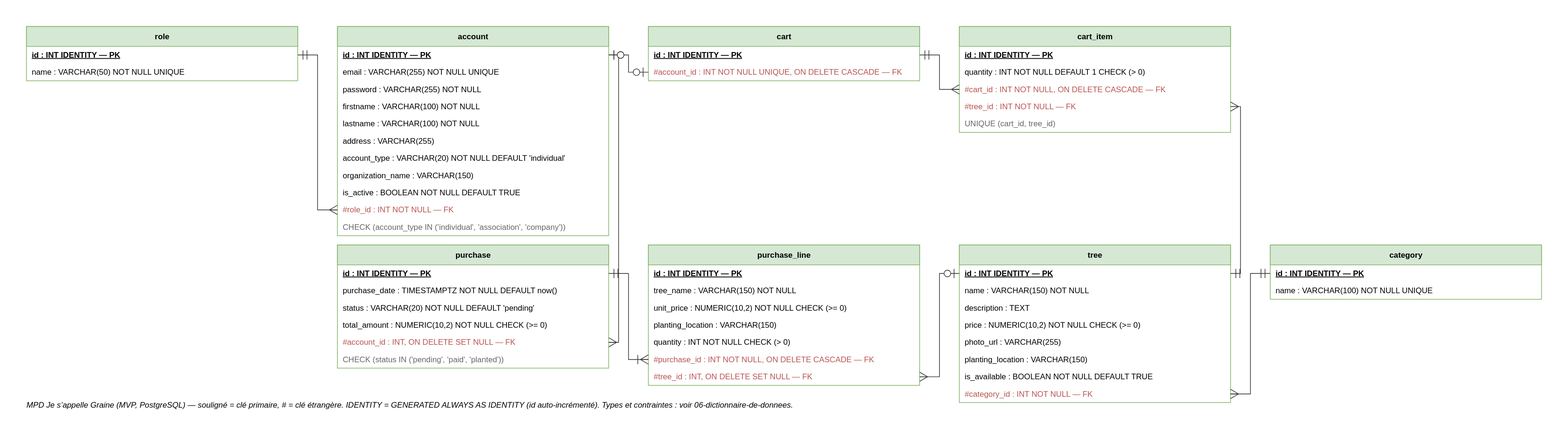
Above: docs/conception/modele-de-donnees/07b-mpd.drawio.svg in DimitryDereppe/je-s-appelle-graine (draw.io), before the change. Source tidied: cells renumbered, new cells last; positions are measured from the earlier drawing's top-left corner, leaving out a move shared by most shapes.
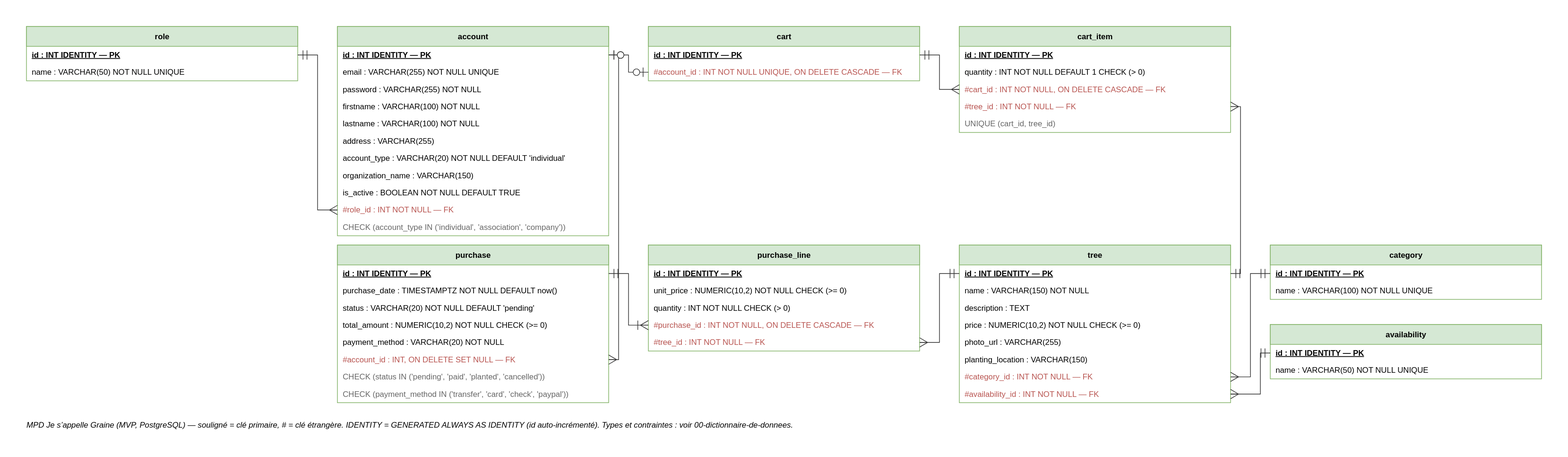
After the commit.

The edit, as a diff of the source:
```diff
@@ -75,7 +75,7 @@
       <mxGeometry y="134" width="410" height="26" as="geometry" />
     </mxCell>
     <mxCell id="26" value="purchase" style="swimlane;fontStyle=1;align=center;startSize=30;html=1;whiteSpace=wrap;fillColor=#d5e8d4;strokeColor=#82b366;horizontal=1;" parent="1" vertex="1">
-      <mxGeometry x="470" y="330" width="410" height="186" as="geometry" />
+      <mxGeometry x="470" y="330" width="410" height="238" as="geometry" />
     </mxCell>
     <mxCell id="27" value="&lt;u&gt;&lt;b&gt;id&lt;/b&gt;&lt;/u&gt; : INT IDENTITY — PK" style="text;html=1;align=left;verticalAlign=middle;spacingLeft=8;strokeColor=none;fillColor=none;" parent="26" vertex="1">
       <mxGeometry y="30" width="410" height="26" as="geometry" />
@@ -89,35 +89,35 @@
     <mxCell id="30" value="total_amount : NUMERIC(10,2) NOT NULL CHECK (&gt;= 0)" style="text;html=1;align=left;verticalAlign=middle;spacingLeft=8;strokeColor=none;fillColor=none;" parent="26" vertex="1">
       <mxGeometry y="108" width="410" height="26" as="geometry" />
     </mxCell>
+    <mxCell id="62" value="payment_method : VARCHAR(20) NOT NULL" style="text;html=1;align=left;verticalAlign=middle;spacingLeft=8;strokeColor=none;fillColor=none;" parent="26" vertex="1">
+      <mxGeometry y="134" width="410" height="26" as="geometry" />
+    </mxCell>
     <mxCell id="31" value="#account_id : INT, ON DELETE SET NULL — FK" style="text;html=1;align=left;verticalAlign=middle;spacingLeft=8;strokeColor=none;fillColor=none;fontColor=#b85450;" parent="26" vertex="1">
-      <mxGeometry y="134" width="410" height="26" as="geometry" />
+      <mxGeometry y="160" width="410" height="26" as="geometry" />
     </mxCell>
-    <mxCell id="32" value="CHECK (status IN ('pending', 'paid', 'planted'))" style="text;html=1;align=left;verticalAlign=middle;spacingLeft=8;strokeColor=none;fillColor=none;fontColor=#666666;fontStyle=2;" parent="26" vertex="1">
-      <mxGeometry y="160" width="410" height="26" as="geometry" />
-    </mxCell>
+    <mxCell id="63" value="CHECK (status IN ('pending', 'paid', 'planted', 'cancelled'))" style="text;html=1;align=left;verticalAlign=middle;spacingLeft=8;strokeColor=none;fillColor=none;fontColor=#666666;fontStyle=2;" parent="26" vertex="1">
+      <mxGeometry y="186" width="410" height="26" as="geometry" />
+    </mxCell>
+    <mxCell id="64" value="CHECK (payment_method IN ('transfer', 'card', 'check', 'paypal'))" style="text;html=1;align=left;verticalAlign=middle;spacingLeft=8;strokeColor=none;fillColor=none;fontColor=#666666;fontStyle=2;" parent="26" vertex="1">
+      <mxGeometry y="212" width="410" height="26" as="geometry" />
+    </mxCell>
     <mxCell id="33" value="purchase_line" style="swimlane;fontStyle=1;align=center;startSize=30;html=1;whiteSpace=wrap;fillColor=#d5e8d4;strokeColor=#82b366;horizontal=1;" parent="1" vertex="1">
-      <mxGeometry x="940" y="330" width="410" height="212" as="geometry" />
+      <mxGeometry x="940" y="330" width="410" height="160" as="geometry" />
     </mxCell>
     <mxCell id="34" value="&lt;u&gt;&lt;b&gt;id&lt;/b&gt;&lt;/u&gt; : INT IDENTITY — PK" style="text;html=1;align=left;verticalAlign=middle;spacingLeft=8;strokeColor=none;fillColor=none;" parent="33" vertex="1">
       <mxGeometry y="30" width="410" height="26" as="geometry" />
     </mxCell>
-    <mxCell id="35" value="tree_name : VARCHAR(150) NOT NULL" style="text;html=1;align=left;verticalAlign=middle;spacingLeft=8;strokeColor=none;fillColor=none;" parent="33" vertex="1">
-      <mxGeometry y="56" width="410" height="26" as="geometry" />
-    </mxCell>
     <mxCell id="36" value="unit_price : NUMERIC(10,2) NOT NULL CHECK (&gt;= 0)" style="text;html=1;align=left;verticalAlign=middle;spacingLeft=8;strokeColor=none;fillColor=none;" parent="33" vertex="1">
-      <mxGeometry y="82" width="410" height="26" as="geometry" />
+      <mxGeometry y="56" width="410" height="26" as="geometry" />
     </mxCell>
-    <mxCell id="37" value="planting_location : VARCHAR(150)" style="text;html=1;align=left;verticalAlign=middle;spacingLeft=8;strokeColor=none;fillColor=none;" parent="33" vertex="1">
-      <mxGeometry y="108" width="410" height="26" as="geometry" />
-    </mxCell>
     <mxCell id="38" value="quantity : INT NOT NULL CHECK (&gt; 0)" style="text;html=1;align=left;verticalAlign=middle;spacingLeft=8;strokeColor=none;fillColor=none;" parent="33" vertex="1">
-      <mxGeometry y="134" width="410" height="26" as="geometry" />
+      <mxGeometry y="82" width="410" height="26" as="geometry" />
     </mxCell>
     <mxCell id="39" value="#purchase_id : INT NOT NULL, ON DELETE CASCADE — FK" style="text;html=1;align=left;verticalAlign=middle;spacingLeft=8;strokeColor=none;fillColor=none;fontColor=#b85450;" parent="33" vertex="1">
-      <mxGeometry y="160" width="410" height="26" as="geometry" />
+      <mxGeometry y="108" width="410" height="26" as="geometry" />
     </mxCell>
-    <mxCell id="40" value="#tree_id : INT, ON DELETE SET NULL — FK" style="text;html=1;align=left;verticalAlign=middle;spacingLeft=8;strokeColor=none;fillColor=none;fontColor=#b85450;" parent="33" vertex="1">
-      <mxGeometry y="186" width="410" height="26" as="geometry" />
+    <mxCell id="40" value="#tree_id : INT NOT NULL — FK" style="text;html=1;align=left;verticalAlign=middle;spacingLeft=8;strokeColor=none;fillColor=none;fontColor=#b85450;" parent="33" vertex="1">
+      <mxGeometry y="134" width="410" height="26" as="geometry" />
     </mxCell>
     <mxCell id="41" value="tree" style="swimlane;fontStyle=1;align=center;startSize=30;html=1;whiteSpace=wrap;fillColor=#d5e8d4;strokeColor=#82b366;horizontal=1;" parent="1" vertex="1">
       <mxGeometry x="1410" y="330" width="410" height="238" as="geometry" />
@@ -140,12 +140,12 @@
     <mxCell id="47" value="planting_location : VARCHAR(150)" style="text;html=1;align=left;verticalAlign=middle;spacingLeft=8;strokeColor=none;fillColor=none;" parent="41" vertex="1">
       <mxGeometry y="160" width="410" height="26" as="geometry" />
     </mxCell>
-    <mxCell id="48" value="is_available : BOOLEAN NOT NULL DEFAULT TRUE" style="text;html=1;align=left;verticalAlign=middle;spacingLeft=8;strokeColor=none;fillColor=none;" parent="41" vertex="1">
-      <mxGeometry y="186" width="410" height="26" as="geometry" />
-    </mxCell>
     <mxCell id="49" value="#category_id : INT NOT NULL — FK" style="text;html=1;align=left;verticalAlign=middle;spacingLeft=8;strokeColor=none;fillColor=none;fontColor=#b85450;" parent="41" vertex="1">
-      <mxGeometry y="212" width="410" height="26" as="geometry" />
+      <mxGeometry y="186" width="410" height="26" as="geometry" />
     </mxCell>
+    <mxCell id="65" value="#availability_id : INT NOT NULL — FK" style="text;html=1;align=left;verticalAlign=middle;spacingLeft=8;strokeColor=none;fillColor=none;fontColor=#b85450;" parent="41" vertex="1">
+      <mxGeometry y="212" width="410" height="26" as="geometry" />
+    </mxCell>
     <mxCell id="50" value="category" style="swimlane;fontStyle=1;align=center;startSize=30;html=1;whiteSpace=wrap;fillColor=#d5e8d4;strokeColor=#82b366;horizontal=1;" parent="1" vertex="1">
       <mxGeometry x="1880" y="330" width="410" height="82" as="geometry" />
     </mxCell>
@@ -155,6 +155,15 @@
     <mxCell id="52" value="name : VARCHAR(100) NOT NULL UNIQUE" style="text;html=1;align=left;verticalAlign=middle;spacingLeft=8;strokeColor=none;fillColor=none;" parent="50" vertex="1">
       <mxGeometry y="56" width="410" height="26" as="geometry" />
     </mxCell>
+    <mxCell id="66" value="availability" style="swimlane;fontStyle=1;align=center;startSize=30;html=1;whiteSpace=wrap;fillColor=#d5e8d4;strokeColor=#82b366;horizontal=1;" parent="1" vertex="1">
+      <mxGeometry x="1880" y="450" width="410" height="82" as="geometry" />
+    </mxCell>
+    <mxCell id="67" value="&lt;u&gt;&lt;b&gt;id&lt;/b&gt;&lt;/u&gt; : INT IDENTITY — PK" style="text;html=1;align=left;verticalAlign=middle;spacingLeft=8;strokeColor=none;fillColor=none;" parent="66" vertex="1">
+      <mxGeometry y="30" width="410" height="26" as="geometry" />
+    </mxCell>
+    <mxCell id="68" value="name : VARCHAR(50) NOT NULL UNIQUE" style="text;html=1;align=left;verticalAlign=middle;spacingLeft=8;strokeColor=none;fillColor=none;" parent="66" vertex="1">
+      <mxGeometry y="56" width="410" height="26" as="geometry" />
+    </mxCell>
     <mxCell id="53" style="edgeStyle=entityRelationEdgeStyle;html=1;startArrow=ERmany;endArrow=ERmandOne;startFill=0;endFill=0;" parent="1" edge="1" source="15" target="3">
       <mxGeometry relative="1" as="geometry" />
     </mxCell>
@@ -173,14 +182,17 @@
     <mxCell id="58" style="edgeStyle=entityRelationEdgeStyle;html=1;startArrow=ERoneToMany;endArrow=ERmandOne;startFill=0;endFill=0;" parent="1" edge="1" source="39" target="27">
       <mxGeometry relative="1" as="geometry" />
     </mxCell>
-    <mxCell id="59" style="edgeStyle=entityRelationEdgeStyle;html=1;startArrow=ERmany;endArrow=ERzeroToOne;startFill=0;endFill=0;" parent="1" edge="1" source="40" target="42">
+    <mxCell id="59" style="edgeStyle=entityRelationEdgeStyle;html=1;startArrow=ERmany;endArrow=ERmandOne;startFill=0;endFill=0;" parent="1" edge="1" source="40" target="42">
       <mxGeometry relative="1" as="geometry" />
     </mxCell>
     <mxCell id="60" style="edgeStyle=entityRelationEdgeStyle;html=1;startArrow=ERmany;endArrow=ERmandOne;startFill=0;endFill=0;" parent="1" edge="1" source="49" target="51">
       <mxGeometry relative="1" as="geometry" />
     </mxCell>
+    <mxCell id="69" style="edgeStyle=entityRelationEdgeStyle;html=1;startArrow=ERmany;endArrow=ERmandOne;startFill=0;endFill=0;" parent="1" edge="1" source="65" target="67">
+      <mxGeometry relative="1" as="geometry" />
+    </mxCell>
-    <mxCell id="61" value="MPD Je s’appelle Graine (MVP, PostgreSQL) — souligné = clé primaire, # = clé étrangère. IDENTITY = GENERATED ALWAYS AS IDENTITY (id auto-incrémenté). Types et contraintes : voir 06-dictionnaire-de-donnees." style="text;html=1;whiteSpace=wrap;align=left;fontStyle=2;" parent="1" vertex="1">
-      <mxGeometry y="560" width="900" height="40" as="geometry" />
+    <mxCell id="61" value="MPD Je s’appelle Graine (MVP, PostgreSQL) — souligné = clé primaire, # = clé étrangère. IDENTITY = GENERATED ALWAYS AS IDENTITY (id auto-incrémenté). Types et contraintes : voir 00-dictionnaire-de-donnees." style="text;html=1;whiteSpace=wrap;align=left;fontStyle=2;" parent="1" vertex="1">
+      <mxGeometry y="590" width="900" height="40" as="geometry" />
     </mxCell>
   </root>
 </mxGraphModel>
```
